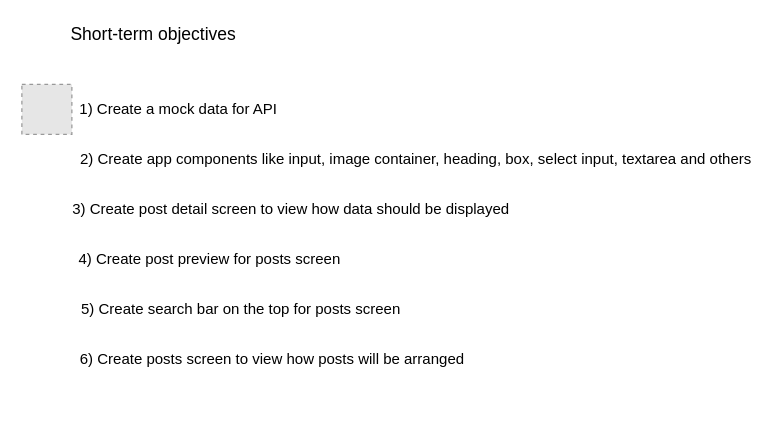
Before: page "Objectives" (4 of 4) of startup.drawio in Madi-S/kolik, a draw.io diagram. Source tidied: cells renumbered, new cells numbered last; positions are measured from the earlier drawing's top-left corner, leaving out a move shared by most shapes. Both pictures are drawn from the tidied source at 125%, with x=0, y=0 at pixel (21, 21). Pictures stored in the file or linked from it are replaced by grey dashed boxes.
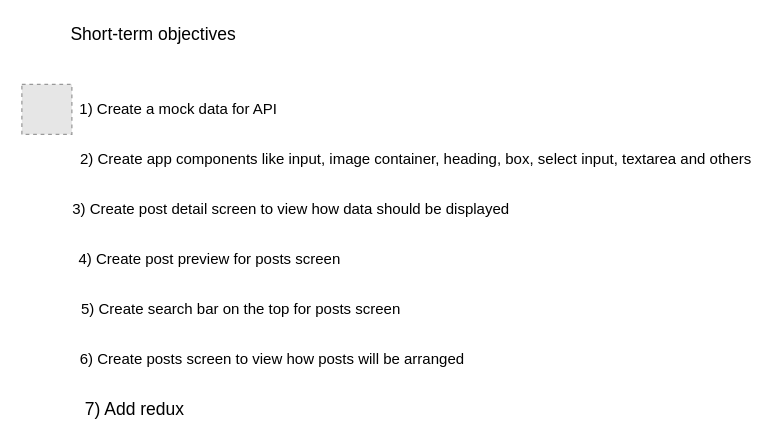
After the change.

Commit message:
Objectvies redefined

What changed in the source:
```diff
@@
 <mxGraphModel>
   <root>
     <mxCell id="0" />
     <mxCell id="1" parent="0" />
     <mxCell id="2" value="&lt;font style=&quot;font-size: 14px&quot;&gt;Short-term objectives&lt;/font&gt;" style="text;html=1;align=center;verticalAlign=middle;strokeColor=none;fillColor=none;" parent="1" vertex="1">
       <mxGeometry x="30" width="150" height="20" as="geometry" />
     </mxCell>
     <mxCell id="3" value="1) Create a mock data for API" style="text;html=1;align=center;verticalAlign=middle;strokeColor=none;fillColor=none;" parent="1" vertex="1">
       <mxGeometry x="40" y="60" width="170" height="20" as="geometry" />
     </mxCell>
     <mxCell id="4" value="2) Create app components like input, image container, heading, box, select input, textarea and others" style="text;html=1;align=center;verticalAlign=middle;strokeColor=none;fillColor=none;" parent="1" vertex="1">
       <mxGeometry x="40" y="100" width="550" height="20" as="geometry" />
     </mxCell>
     <mxCell id="5" value="3) Create post detail screen to view how data should be displayed" style="text;html=1;align=center;verticalAlign=middle;strokeColor=none;fillColor=none;" parent="1" vertex="1">
       <mxGeometry x="30" y="140" width="370" height="20" as="geometry" />
     </mxCell>
     <mxCell id="6" value="4) Create post preview for posts screen" style="text;html=1;align=center;verticalAlign=middle;strokeColor=none;fillColor=none;" parent="1" vertex="1">
       <mxGeometry x="40" y="180" width="220" height="20" as="geometry" />
     </mxCell>
     <mxCell id="7" value="5) Create search bar on the top for posts screen&lt;br&gt;" style="text;html=1;align=center;verticalAlign=middle;strokeColor=none;fillColor=none;" parent="1" vertex="1">
       <mxGeometry x="40" y="220" width="270" height="20" as="geometry" />
     </mxCell>
     <mxCell id="8" value="6) Create posts screen to view how posts will be arranged" style="text;html=1;align=center;verticalAlign=middle;strokeColor=none;fillColor=none;" parent="1" vertex="1">
       <mxGeometry x="40" y="260" width="320" height="20" as="geometry" />
     </mxCell>
     <mxCell id="9" style="fillColor=#E6E6E6;strokeColor=#999999;dashed=1;html=1;verticalAlign=top;verticalLabelPosition=bottom;labelBackgroundColor=#ffffff;fontSize=14;" parent="1" vertex="1">
       <mxGeometry y="50" width="40" height="40" as="geometry" />
     </mxCell>
+    <mxCell id="10" value="7) Add redux" style="text;html=1;align=center;verticalAlign=middle;strokeColor=none;fillColor=none;fontSize=14;" parent="1" vertex="1">
+      <mxGeometry x="40" y="300" width="100" height="20" as="geometry" />
+    </mxCell>
   </root>
 </mxGraphModel>
```
